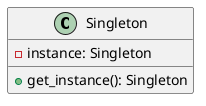
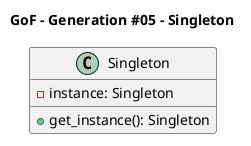
@startuml gof_singleton
+ 
+ title GoF - Generation #05 - Singleton
+ 
class Singleton {
    -instance: Singleton
    +get_instance(): Singleton
}
@enduml